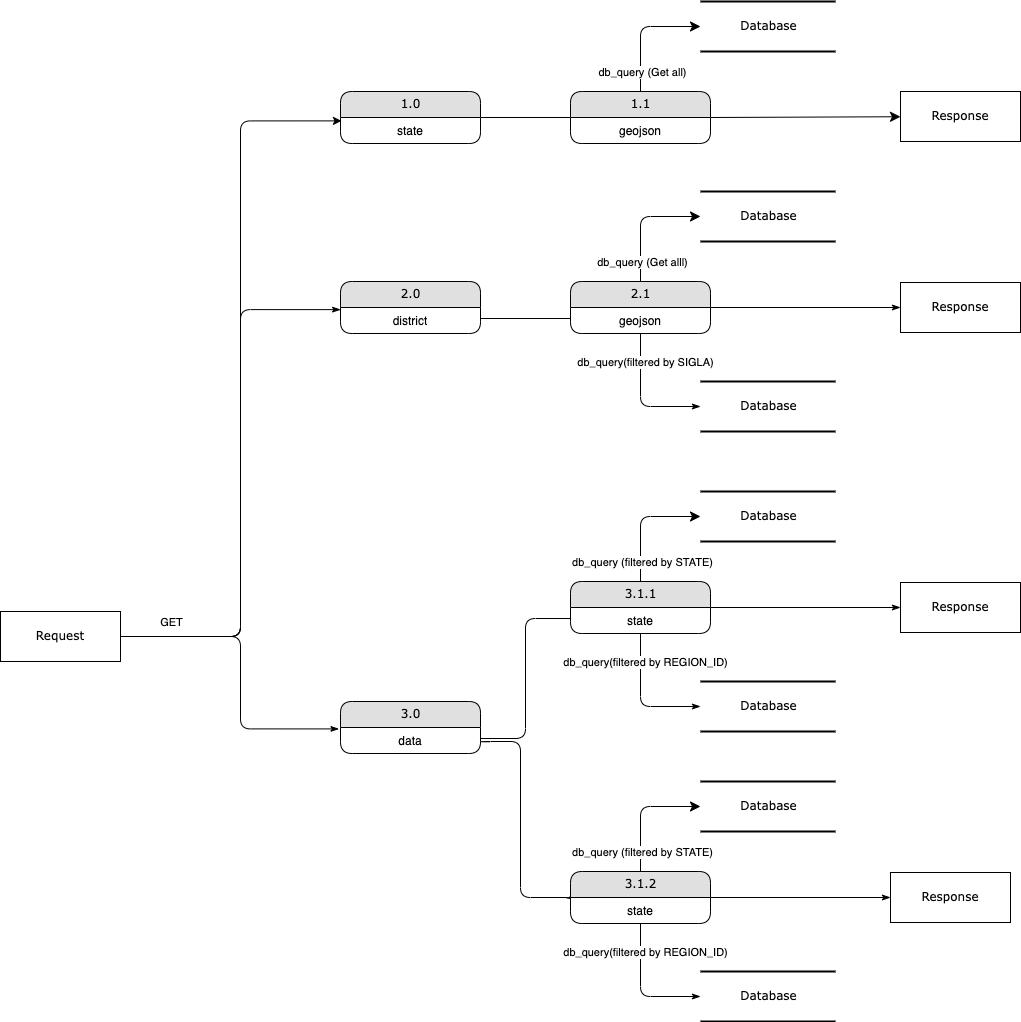
Before: docs/dataflow.png, a diagram exported from draw.io (gpmc-lab-ufrgs/atlas-backend-old). Source tidied: cells renumbered, new cells last; positions are measured from the earlier drawing's top-left corner, leaving out a move shared by most shapes.
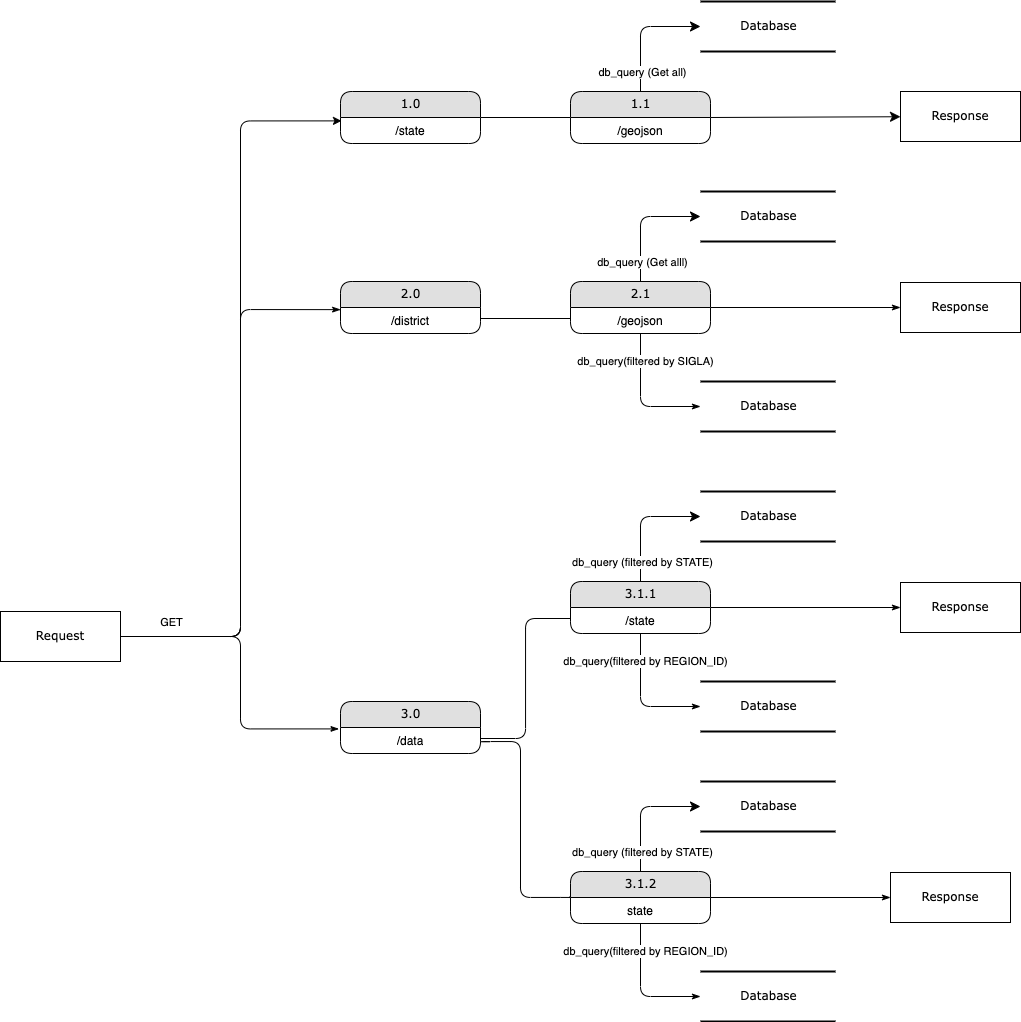
After the change.

Commit message:
fix: adding / to represent the url paths

What changed in the source:
```diff
@@ -64,19 +64,19 @@
     <mxCell id="14" value="1.0" style="swimlane;html=1;fontStyle=0;horizontal=1;startSize=26;fillColor=#e0e0e0;swimlaneFillColor=#ffffff;align=center;rounded=1;shadow=0;comic=0;labelBackgroundColor=none;strokeWidth=1;fontFamily=Verdana;fontSize=12;" parent="1" vertex="1">
       <mxGeometry x="340" y="90" width="140" height="52" as="geometry" />
     </mxCell>
-    <mxCell id="15" value="state" style="text;html=1;strokeColor=none;fillColor=none;spacingLeft=4;spacingRight=4;whiteSpace=wrap;overflow=hidden;points=[[0,0.5],[1,0.5]];portConstraint=eastwest;align=center;" parent="14" vertex="1">
+    <mxCell id="15" value="/state" style="text;html=1;strokeColor=none;fillColor=none;spacingLeft=4;spacingRight=4;whiteSpace=wrap;overflow=hidden;points=[[0,0.5],[1,0.5]];portConstraint=eastwest;align=center;" parent="14" vertex="1">
       <mxGeometry y="26" width="140" height="22" as="geometry" />
     </mxCell>
     <mxCell id="16" value="1.1" style="swimlane;html=1;fontStyle=0;horizontal=1;startSize=26;fillColor=#e0e0e0;swimlaneFillColor=#ffffff;align=center;rounded=1;shadow=0;comic=0;labelBackgroundColor=none;strokeWidth=1;fontFamily=Verdana;fontSize=12;" parent="1" vertex="1">
       <mxGeometry x="570" y="90" width="140" height="52" as="geometry" />
     </mxCell>
-    <mxCell id="17" value="geojson" style="text;html=1;strokeColor=none;fillColor=none;spacingLeft=4;spacingRight=4;whiteSpace=wrap;overflow=hidden;points=[[0,0.5],[1,0.5]];portConstraint=eastwest;align=center;" parent="16" vertex="1">
+    <mxCell id="17" value="/geojson" style="text;html=1;strokeColor=none;fillColor=none;spacingLeft=4;spacingRight=4;whiteSpace=wrap;overflow=hidden;points=[[0,0.5],[1,0.5]];portConstraint=eastwest;align=center;" parent="16" vertex="1">
       <mxGeometry y="26" width="140" height="22" as="geometry" />
     </mxCell>
     <mxCell id="18" value="2.0" style="swimlane;html=1;fontStyle=0;horizontal=1;startSize=26;fillColor=#e0e0e0;swimlaneFillColor=#ffffff;align=center;rounded=1;shadow=0;comic=0;labelBackgroundColor=none;strokeWidth=1;fontFamily=Verdana;fontSize=12;" parent="1" vertex="1">
       <mxGeometry x="340" y="280" width="140" height="52" as="geometry" />
     </mxCell>
-    <mxCell id="19" value="district" style="text;html=1;strokeColor=none;fillColor=none;spacingLeft=4;spacingRight=4;whiteSpace=wrap;overflow=hidden;points=[[0,0.5],[1,0.5]];portConstraint=eastwest;align=center;" parent="18" vertex="1">
+    <mxCell id="19" value="/district" style="text;html=1;strokeColor=none;fillColor=none;spacingLeft=4;spacingRight=4;whiteSpace=wrap;overflow=hidden;points=[[0,0.5],[1,0.5]];portConstraint=eastwest;align=center;" parent="18" vertex="1">
       <mxGeometry y="26" width="140" height="22" as="geometry" />
     </mxCell>
     <mxCell id="20" style="edgeStyle=orthogonalEdgeStyle;rounded=1;jettySize=auto;html=1;entryX=0;entryY=0.5;entryDx=0;entryDy=0;entryPerimeter=0;endArrow=classicThin;endFill=1;" parent="1" edge="1" source="23" target="29">
@@ -93,7 +93,7 @@
     <mxCell id="23" value="2.1" style="swimlane;html=1;fontStyle=0;horizontal=1;startSize=26;fillColor=#e0e0e0;swimlaneFillColor=#ffffff;align=center;rounded=1;shadow=0;comic=0;labelBackgroundColor=none;strokeWidth=1;fontFamily=Verdana;fontSize=12;" parent="1" vertex="1">
       <mxGeometry x="570" y="280" width="140" height="52" as="geometry" />
     </mxCell>
-    <mxCell id="24" value="geojson" style="text;html=1;strokeColor=none;fillColor=none;spacingLeft=4;spacingRight=4;whiteSpace=wrap;overflow=hidden;points=[[0,0.5],[1,0.5]];portConstraint=eastwest;align=center;" parent="23" vertex="1">
+    <mxCell id="24" value="/geojson" style="text;html=1;strokeColor=none;fillColor=none;spacingLeft=4;spacingRight=4;whiteSpace=wrap;overflow=hidden;points=[[0,0.5],[1,0.5]];portConstraint=eastwest;align=center;" parent="23" vertex="1">
       <mxGeometry y="26" width="140" height="22" as="geometry" />
     </mxCell>
     <mxCell id="25" value="Database" style="html=1;rounded=0;shadow=0;comic=0;labelBackgroundColor=none;strokeWidth=2;fontFamily=Verdana;fontSize=12;align=center;shape=mxgraph.ios7ui.horLines;" parent="1" vertex="1">
@@ -132,7 +132,7 @@
     <mxCell id="32" value="3.0" style="swimlane;html=1;fontStyle=0;horizontal=1;startSize=26;fillColor=#e0e0e0;swimlaneFillColor=#ffffff;align=center;rounded=1;shadow=0;comic=0;labelBackgroundColor=none;strokeWidth=1;fontFamily=Verdana;fontSize=12;" parent="1" vertex="1">
       <mxGeometry x="340" y="700" width="140" height="52" as="geometry" />
     </mxCell>
-    <mxCell id="33" value="data" style="text;html=1;strokeColor=none;fillColor=none;spacingLeft=4;spacingRight=4;whiteSpace=wrap;overflow=hidden;points=[[0,0.5],[1,0.5]];portConstraint=eastwest;align=center;" parent="32" vertex="1">
+    <mxCell id="33" value="/data" style="text;html=1;strokeColor=none;fillColor=none;spacingLeft=4;spacingRight=4;whiteSpace=wrap;overflow=hidden;points=[[0,0.5],[1,0.5]];portConstraint=eastwest;align=center;" parent="32" vertex="1">
       <mxGeometry y="26" width="140" height="22" as="geometry" />
     </mxCell>
     <mxCell id="34" style="edgeStyle=orthogonalEdgeStyle;rounded=1;jettySize=auto;html=1;entryX=0;entryY=0.5;entryDx=0;entryDy=0;entryPerimeter=0;endArrow=classicThin;endFill=1;" parent="1" edge="1" source="37" target="43">
@@ -149,7 +149,7 @@
     <mxCell id="37" value="3.1.1" style="swimlane;html=1;fontStyle=0;horizontal=1;startSize=26;fillColor=#e0e0e0;swimlaneFillColor=#ffffff;align=center;rounded=1;shadow=0;comic=0;labelBackgroundColor=none;strokeWidth=1;fontFamily=Verdana;fontSize=12;" parent="1" vertex="1">
       <mxGeometry x="570" y="580" width="140" height="52" as="geometry" />
     </mxCell>
-    <mxCell id="38" value="state" style="text;html=1;strokeColor=none;fillColor=none;spacingLeft=4;spacingRight=4;whiteSpace=wrap;overflow=hidden;points=[[0,0.5],[1,0.5]];portConstraint=eastwest;align=center;" parent="37" vertex="1">
+    <mxCell id="38" value="/state" style="text;html=1;strokeColor=none;fillColor=none;spacingLeft=4;spacingRight=4;whiteSpace=wrap;overflow=hidden;points=[[0,0.5],[1,0.5]];portConstraint=eastwest;align=center;" parent="37" vertex="1">
       <mxGeometry y="26" width="140" height="22" as="geometry" />
     </mxCell>
     <mxCell id="39" value="Database" style="html=1;rounded=0;shadow=0;comic=0;labelBackgroundColor=none;strokeWidth=2;fontFamily=Verdana;fontSize=12;align=center;shape=mxgraph.ios7ui.horLines;" parent="1" vertex="1">
```
